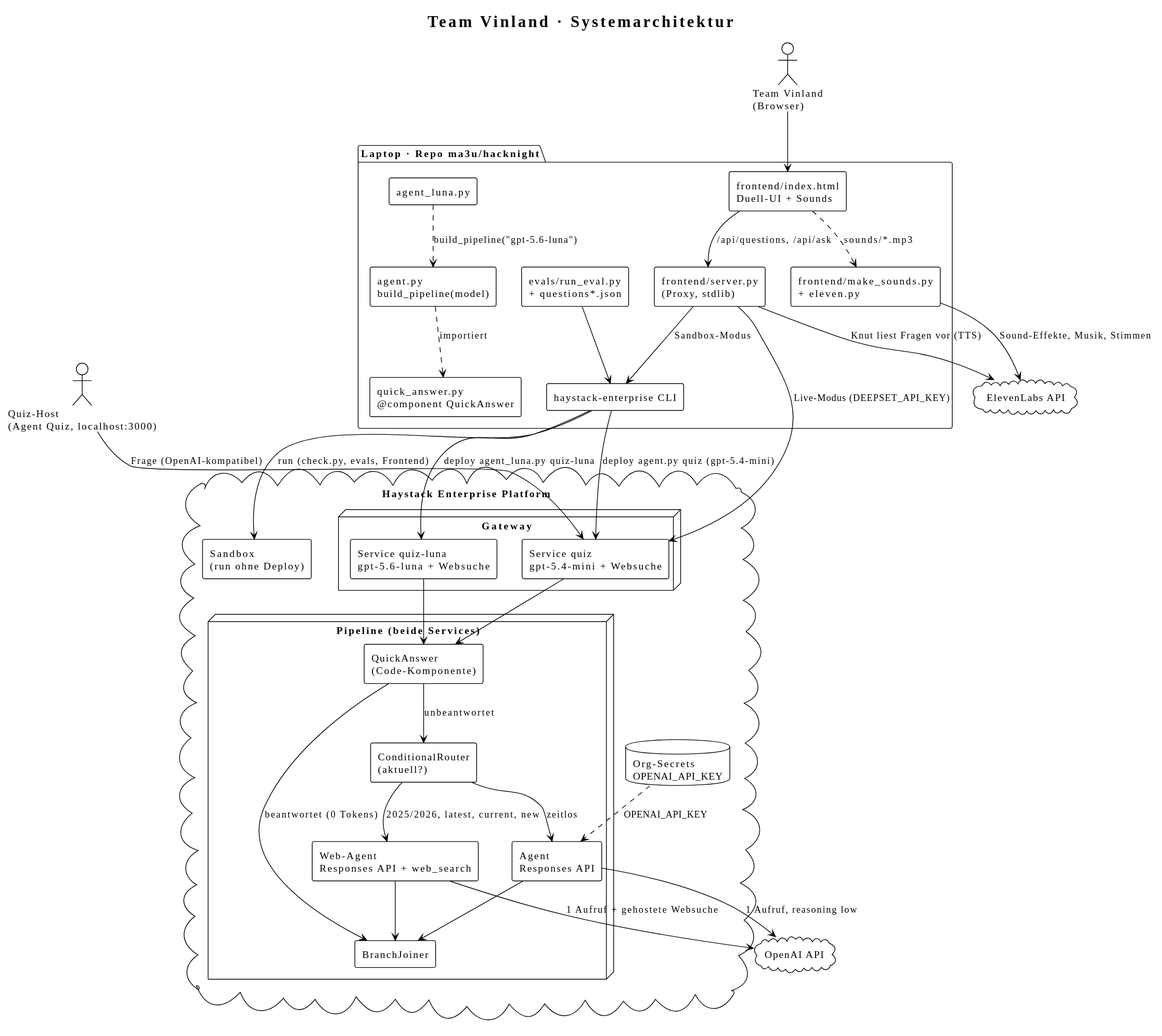
Before: docs/diagrams/architecture.svg, a diagram exported from PlantUML (ma3u/hacknight).
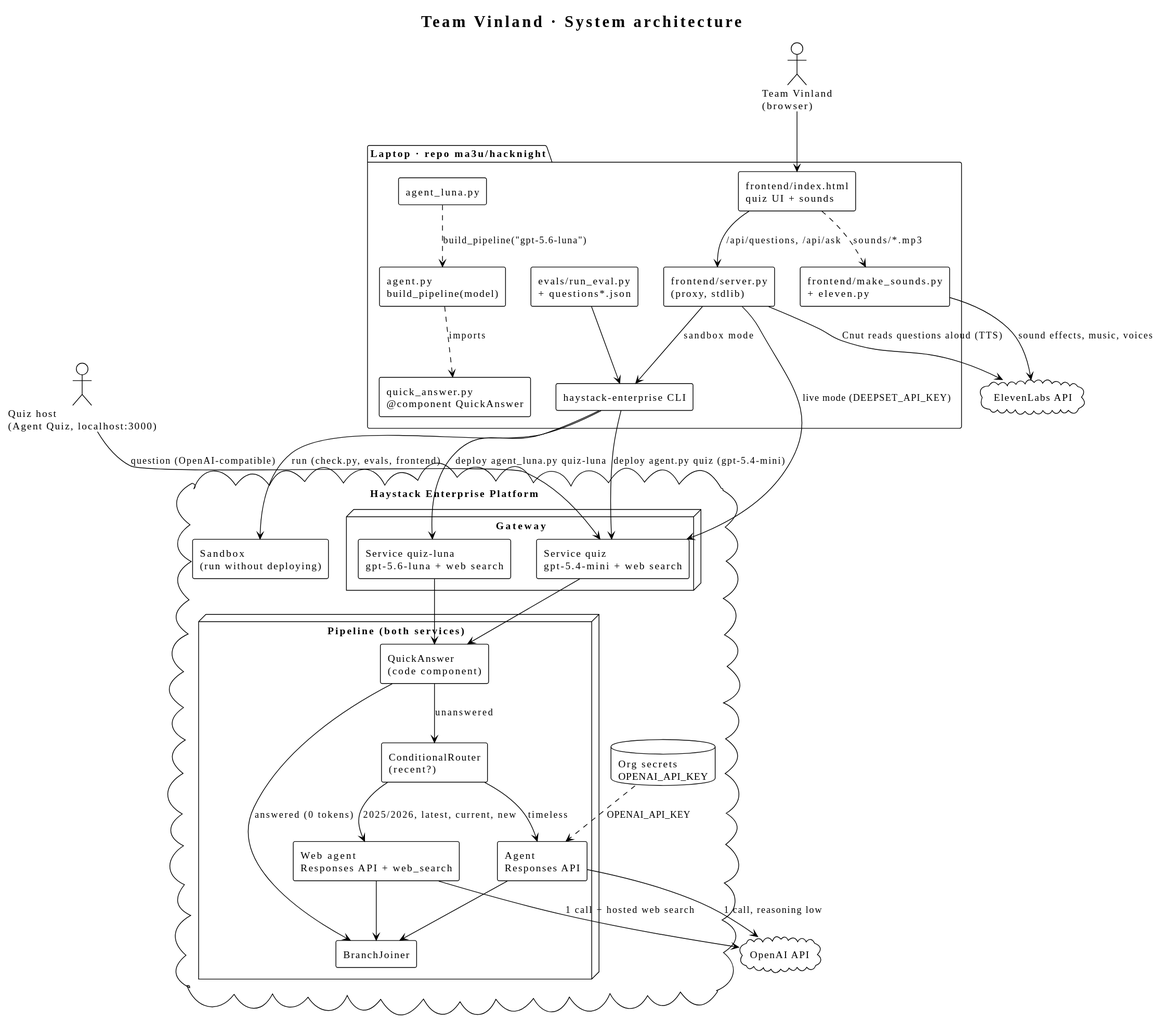
After the commit.

Diff of the diagram source:
```diff
@@ -2,65 +2,65 @@
 !theme plain
 skinparam componentStyle rectangle
 skinparam shadowing false
-title Team Vinland · Systemarchitektur
+title Team Vinland · System architecture
 
-actor "Quiz-Host\n(Agent Quiz, localhost:3000)" as Host
-actor "Team Vinland\n(Browser)" as Team
+actor "Quiz host\n(Agent Quiz, localhost:3000)" as Host
+actor "Team Vinland\n(browser)" as Team
 
-package "Laptop · Repo ma3u/hacknight" {
+package "Laptop · repo ma3u/hacknight" {
   [agent.py\nbuild_pipeline(model)] as AgentPy
   [agent_luna.py] as LunaPy
   [quick_answer.py\n@component QuickAnswer] as QA
   [evals/run_eval.py\n+ questions*.json] as Evals
-  [frontend/server.py\n(Proxy, stdlib)] as Server
-  [frontend/index.html\nDuell-UI + Sounds] as UI
+  [frontend/server.py\n(proxy, stdlib)] as Server
+  [frontend/index.html\nquiz UI + sounds] as UI
   [frontend/make_sounds.py\n+ eleven.py] as Sounds
   [haystack-enterprise CLI] as CLI
 }
 
 cloud "Haystack Enterprise Platform" {
   node "Gateway" {
-    [Service quiz\ngpt-5.4-mini + Websuche] as SvcQuiz
-    [Service quiz-luna\ngpt-5.6-luna + Websuche] as SvcLuna
+    [Service quiz\ngpt-5.4-mini + web search] as SvcQuiz
+    [Service quiz-luna\ngpt-5.6-luna + web search] as SvcLuna
   }
-  node "Pipeline (beide Services)" {
-    [QuickAnswer\n(Code-Komponente)] as PQA
-    [ConditionalRouter\n(aktuell?)] as PRouter
+  node "Pipeline (both services)" {
+    [QuickAnswer\n(code component)] as PQA
+    [ConditionalRouter\n(recent?)] as PRouter
     [Agent\nResponses API] as PAgent
-    [Web-Agent\nResponses API + web_search] as PWeb
+    [Web agent\nResponses API + web_search] as PWeb
     [BranchJoiner] as PJoin
   }
-  [Sandbox\n(run ohne Deploy)] as Sandbox
-  database "Org-Secrets\nOPENAI_API_KEY" as Secrets
+  [Sandbox\n(run without deploying)] as Sandbox
+  database "Org secrets\nOPENAI_API_KEY" as Secrets
 }
 
 cloud "OpenAI API" as OpenAI
 cloud "ElevenLabs API" as Eleven
 
-AgentPy ..> QA : importiert
+AgentPy ..> QA : imports
 LunaPy ..> AgentPy : build_pipeline("gpt-5.6-luna")
 CLI --> SvcQuiz : deploy agent.py quiz (gpt-5.4-mini)
 CLI --> SvcLuna : deploy agent_luna.py quiz-luna
-CLI --> Sandbox : run (check.py, evals, Frontend)
+CLI --> Sandbox : run (check.py, evals, frontend)
 Evals --> CLI
-Server --> CLI : Sandbox-Modus
-Server --> SvcQuiz : Live-Modus (DEEPSET_API_KEY)
+Server --> CLI : sandbox mode
+Server --> SvcQuiz : live mode (DEEPSET_API_KEY)
 UI --> Server : /api/questions, /api/ask
 Team --> UI
-Sounds --> Eleven : Sound-Effekte, Musik, Stimmen
-Server --> Eleven : Knut liest Fragen vor (TTS)
+Sounds --> Eleven : sound effects, music, voices
+Server --> Eleven : Cnut reads questions aloud (TTS)
 UI ..> Sounds : sounds/*.mp3
 
-Host --> SvcQuiz : Frage (OpenAI-kompatibel)
+Host --> SvcQuiz : question (OpenAI-compatible)
 SvcQuiz --> PQA
 SvcLuna --> PQA
-PQA --> PJoin : beantwortet (0 Tokens)
-PQA --> PRouter : unbeantwortet
-PRouter --> PAgent : zeitlos
+PQA --> PJoin : answered (0 tokens)
+PQA --> PRouter : unanswered
+PRouter --> PAgent : timeless
 PRouter --> PWeb : 2025/2026, latest, current, new
 PAgent --> PJoin
 PWeb --> PJoin
-PAgent --> OpenAI : 1 Aufruf, reasoning low
-PWeb --> OpenAI : 1 Aufruf + gehostete Websuche
+PAgent --> OpenAI : 1 call, reasoning low
+PWeb --> OpenAI : 1 call + hosted web search
 Secrets ..> PAgent : OPENAI_API_KEY
 @enduml
```
